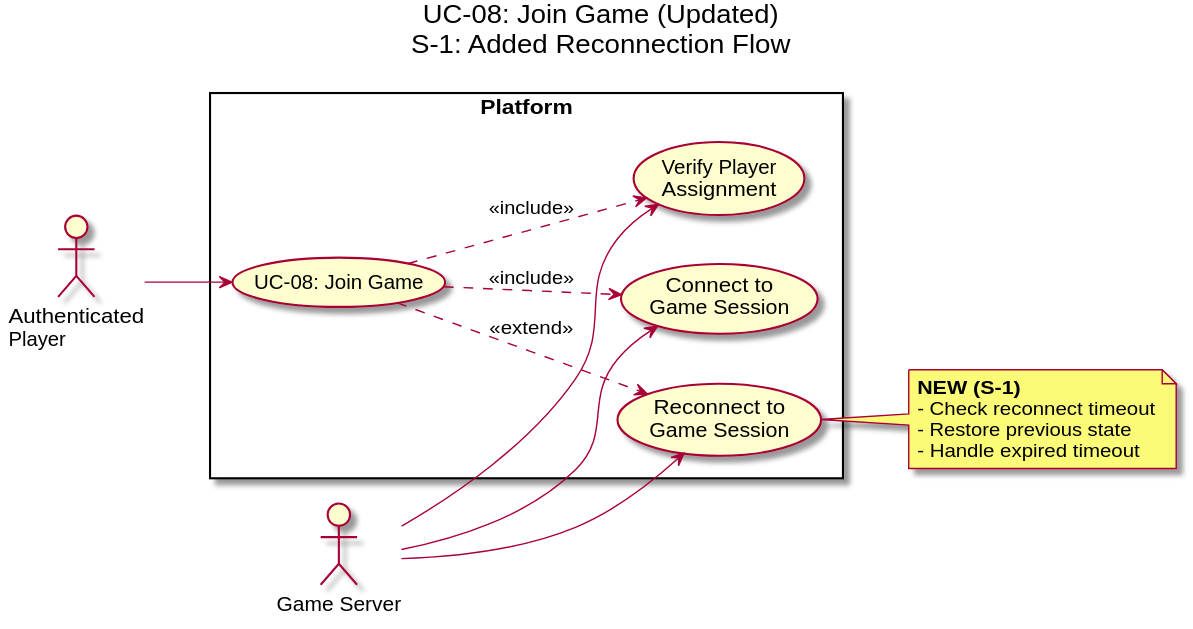
Above: docs/03 useCases/UC-08 Join Game.svg in manavpreet1809/Multiplayer-Gaming-Platform (PlantUML), before the change.
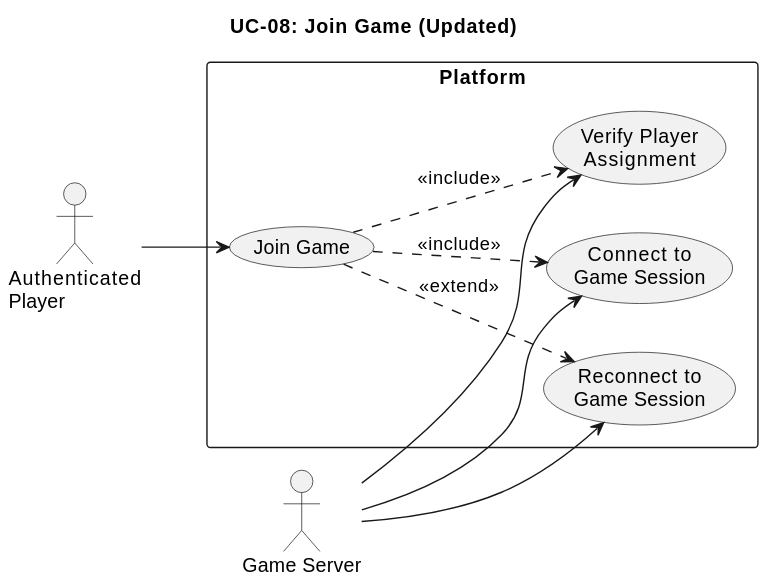
After the change.

The edit, as a diff of the source:
```diff
@@ -1,6 +1,5 @@
 @startuml
-title UC-08: Join Game (Updated)\nS-1: Added Reconnection Flow
-skinparam backgroundColor white
+title UC-08: Join Game (Updated)
 
 left to right direction
 skinparam packageStyle rectangle
@@ -9,7 +8,7 @@
 actor "Game Server" as Server
 
 rectangle "Platform" {
-  usecase "UC-08: Join Game" as UC08
+  usecase "Join Game" as UC08
   usecase "Verify Player\nAssignment" as VPA
   usecase "Connect to\nGame Session" as CGS
   usecase "Reconnect to\nGame Session" as RGS
@@ -23,12 +22,4 @@
 UC08 ..> VPA : <<include>>
 UC08 ..> CGS : <<include>>
 UC08 ..> RGS : <<extend>>
-
-note right of RGS
-  **NEW (S-1)**
-  - Check reconnect timeout
-  - Restore previous state
-  - Handle expired timeout
-end note
-
 @enduml
```
